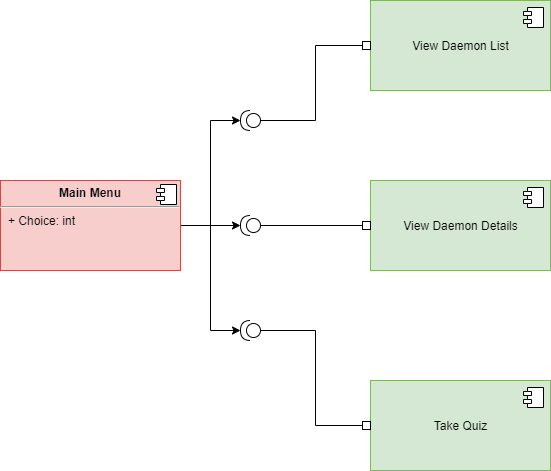
Earlier version of the draw.io export 2_Design/LLD_Activity.png (VinuthnaGangula/MiniProject-LTTS). Source tidied: cells renumbered, new cells last; positions are measured from the earlier drawing's top-left corner, leaving out a move shared by most shapes. Source of this version:
```xml
<mxGraphModel>
  <root>
    <mxCell id="0" />
    <mxCell id="1" parent="0" />
    <mxCell id="2" style="edgeStyle=orthogonalEdgeStyle;rounded=0;jettySize=auto;html=1;exitX=1;exitY=0.5;exitDx=0;exitDy=0;entryX=1;entryY=0.5;entryDx=0;entryDy=0;entryPerimeter=0;strokeColor=none;" parent="1" edge="1" source="6" target="15">
      <mxGeometry relative="1" as="geometry" />
    </mxCell>
    <mxCell id="3" style="edgeStyle=orthogonalEdgeStyle;rounded=0;jettySize=auto;html=1;exitX=1;exitY=0.5;exitDx=0;exitDy=0;entryX=1;entryY=0.5;entryDx=0;entryDy=0;entryPerimeter=0;" parent="1" edge="1" source="6" target="15">
      <mxGeometry relative="1" as="geometry" />
    </mxCell>
    <mxCell id="4" style="edgeStyle=orthogonalEdgeStyle;rounded=0;jettySize=auto;html=1;exitX=1;exitY=0.5;exitDx=0;exitDy=0;entryX=1;entryY=0.5;entryDx=0;entryDy=0;entryPerimeter=0;endArrow=classic;endFill=1;" parent="1" edge="1" source="6" target="17">
      <mxGeometry relative="1" as="geometry" />
    </mxCell>
    <mxCell id="5" style="edgeStyle=orthogonalEdgeStyle;rounded=0;jettySize=auto;html=1;exitX=1;exitY=0.5;exitDx=0;exitDy=0;entryX=1;entryY=0.5;entryDx=0;entryDy=0;entryPerimeter=0;endArrow=classic;endFill=1;" parent="1" edge="1" source="6" target="19">
      <mxGeometry relative="1" as="geometry" />
    </mxCell>
    <mxCell id="6" value="&lt;p style=&quot;margin: 0px ; margin-top: 6px ; text-align: center&quot;&gt;&lt;b&gt;Main Menu&lt;/b&gt;&lt;/p&gt;&lt;hr&gt;&lt;p style=&quot;margin: 0px ; margin-left: 8px&quot;&gt;+ Choice: int&lt;br&gt;&lt;/p&gt;" style="align=left;overflow=fill;html=1;fillColor=#f8cecc;strokeColor=#b85450;" parent="1" vertex="1">
      <mxGeometry y="180" width="180" height="90" as="geometry" />
    </mxCell>
    <mxCell id="7" style="shape=component;jettyWidth=8;jettyHeight=4;" parent="6" vertex="1">
      <mxGeometry x="1" width="20" height="20" relative="1" as="geometry">
        <mxPoint x="-24" y="4" as="offset" />
      </mxGeometry>
    </mxCell>
    <mxCell id="8" value="View Daemon List" style="html=1;fillColor=#d5e8d4;strokeColor=#82b366;" parent="1" vertex="1">
      <mxGeometry x="370" width="180" height="90" as="geometry" />
    </mxCell>
    <mxCell id="9" style="shape=module;jettyWidth=8;jettyHeight=4;" parent="8" vertex="1">
      <mxGeometry x="1" width="20" height="20" relative="1" as="geometry">
        <mxPoint x="-27" y="7" as="offset" />
      </mxGeometry>
    </mxCell>
    <mxCell id="10" value="View Daemon Details" style="html=1;fillColor=#d5e8d4;strokeColor=#82b366;" parent="1" vertex="1">
      <mxGeometry x="370" y="180" width="180" height="90" as="geometry" />
    </mxCell>
    <mxCell id="11" style="shape=module;jettyWidth=8;jettyHeight=4;" parent="10" vertex="1">
      <mxGeometry x="1" width="20" height="20" relative="1" as="geometry">
        <mxPoint x="-27" y="7" as="offset" />
      </mxGeometry>
    </mxCell>
    <mxCell id="12" value="Take Quiz" style="html=1;fillColor=#d5e8d4;strokeColor=#82b366;" parent="1" vertex="1">
      <mxGeometry x="370" y="380" width="180" height="90" as="geometry" />
    </mxCell>
    <mxCell id="13" style="shape=module;jettyWidth=8;jettyHeight=4;" parent="12" vertex="1">
      <mxGeometry x="1" width="20" height="20" relative="1" as="geometry">
        <mxPoint x="-27" y="7" as="offset" />
      </mxGeometry>
    </mxCell>
    <mxCell id="14" style="edgeStyle=orthogonalEdgeStyle;rounded=0;jettySize=auto;html=1;exitX=0;exitY=0.5;exitDx=0;exitDy=0;exitPerimeter=0;entryX=0;entryY=0.5;entryDx=0;entryDy=0;endArrow=box;endFill=0;" parent="1" edge="1" source="15" target="8">
      <mxGeometry relative="1" as="geometry" />
    </mxCell>
    <mxCell id="15" style="shape=providedRequiredInterface;html=1;verticalLabelPosition=bottom;direction=west;" parent="1" vertex="1">
      <mxGeometry x="240" y="110" width="20" height="20" as="geometry" />
    </mxCell>
    <mxCell id="16" style="edgeStyle=orthogonalEdgeStyle;rounded=0;jettySize=auto;html=1;exitX=0;exitY=0.5;exitDx=0;exitDy=0;exitPerimeter=0;entryX=0;entryY=0.5;entryDx=0;entryDy=0;endArrow=box;endFill=0;" parent="1" edge="1" source="17" target="10">
      <mxGeometry relative="1" as="geometry" />
    </mxCell>
    <mxCell id="17" style="shape=providedRequiredInterface;html=1;verticalLabelPosition=bottom;direction=west;" parent="1" vertex="1">
      <mxGeometry x="240" y="215" width="20" height="20" as="geometry" />
    </mxCell>
    <mxCell id="18" style="edgeStyle=orthogonalEdgeStyle;rounded=0;jettySize=auto;html=1;exitX=0;exitY=0.5;exitDx=0;exitDy=0;exitPerimeter=0;entryX=0;entryY=0.5;entryDx=0;entryDy=0;endArrow=box;endFill=0;" parent="1" edge="1" source="19" target="12">
      <mxGeometry relative="1" as="geometry" />
    </mxCell>
    <mxCell id="19" style="shape=providedRequiredInterface;html=1;verticalLabelPosition=bottom;direction=west;" parent="1" vertex="1">
      <mxGeometry x="240" y="320" width="20" height="20" as="geometry" />
    </mxCell>
  </root>
</mxGraphModel>
```
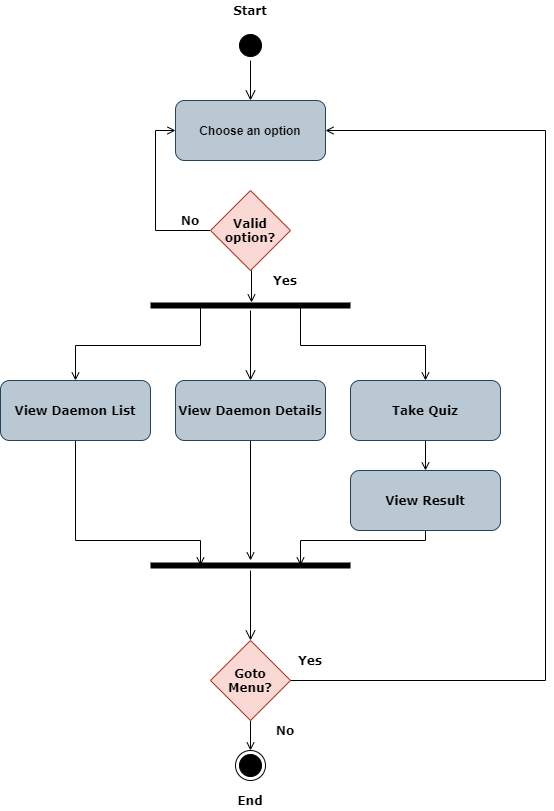
Later version of the same file.

Commit message:
Updated UML diagrams

What changed in the source:
```diff
@@ -2,67 +2,120 @@
   <root>
     <mxCell id="0" />
     <mxCell id="1" parent="0" />
-    <mxCell id="2" style="edgeStyle=orthogonalEdgeStyle;rounded=0;jettySize=auto;html=1;exitX=1;exitY=0.5;exitDx=0;exitDy=0;entryX=1;entryY=0.5;entryDx=0;entryDy=0;entryPerimeter=0;strokeColor=none;" parent="1" edge="1" source="6" target="15">
-      <mxGeometry relative="1" as="geometry" />
-    </mxCell>
-    <mxCell id="3" style="edgeStyle=orthogonalEdgeStyle;rounded=0;jettySize=auto;html=1;exitX=1;exitY=0.5;exitDx=0;exitDy=0;entryX=1;entryY=0.5;entryDx=0;entryDy=0;entryPerimeter=0;" parent="1" edge="1" source="6" target="15">
-      <mxGeometry relative="1" as="geometry" />
-    </mxCell>
-    <mxCell id="4" style="edgeStyle=orthogonalEdgeStyle;rounded=0;jettySize=auto;html=1;exitX=1;exitY=0.5;exitDx=0;exitDy=0;entryX=1;entryY=0.5;entryDx=0;entryDy=0;entryPerimeter=0;endArrow=classic;endFill=1;" parent="1" edge="1" source="6" target="17">
-      <mxGeometry relative="1" as="geometry" />
-    </mxCell>
-    <mxCell id="5" style="edgeStyle=orthogonalEdgeStyle;rounded=0;jettySize=auto;html=1;exitX=1;exitY=0.5;exitDx=0;exitDy=0;entryX=1;entryY=0.5;entryDx=0;entryDy=0;entryPerimeter=0;endArrow=classic;endFill=1;" parent="1" edge="1" source="6" target="19">
-      <mxGeometry relative="1" as="geometry" />
-    </mxCell>
-    <mxCell id="6" value="&lt;p style=&quot;margin: 0px ; margin-top: 6px ; text-align: center&quot;&gt;&lt;b&gt;Main Menu&lt;/b&gt;&lt;/p&gt;&lt;hr&gt;&lt;p style=&quot;margin: 0px ; margin-left: 8px&quot;&gt;+ Choice: int&lt;br&gt;&lt;/p&gt;" style="align=left;overflow=fill;html=1;fillColor=#f8cecc;strokeColor=#b85450;" parent="1" vertex="1">
-      <mxGeometry y="180" width="180" height="90" as="geometry" />
-    </mxCell>
-    <mxCell id="7" style="shape=component;jettyWidth=8;jettyHeight=4;" parent="6" vertex="1">
-      <mxGeometry x="1" width="20" height="20" relative="1" as="geometry">
-        <mxPoint x="-24" y="4" as="offset" />
-      </mxGeometry>
-    </mxCell>
+    <mxCell id="20" style="ellipse;html=1;shape=startState;fillColor=#000000;" parent="1" vertex="1">
+      <mxGeometry x="300" width="30" height="30" as="geometry" />
+    </mxCell>
+    <mxCell id="21" style="edgeStyle=orthogonalEdgeStyle;html=1;verticalAlign=bottom;endArrow=open;endSize=8;" parent="1" edge="1" source="20">
+      <mxGeometry relative="1" as="geometry">
+        <mxPoint x="315" y="70" as="targetPoint" />
+      </mxGeometry>
+    </mxCell>
+    <mxCell id="22" value="&lt;b&gt;Choose an option&lt;/b&gt;" style="rounded=1;whiteSpace=wrap;html=1;strokeColor=#23445d;fillColor=#bac8d3;" parent="1" vertex="1">
+      <mxGeometry x="240" y="70" width="150" height="60" as="geometry" />
+    </mxCell>
+    <mxCell id="23" style="edgeStyle=orthogonalEdgeStyle;rounded=0;jettySize=auto;html=1;exitX=0;exitY=0.5;exitDx=0;exitDy=0;entryX=0;entryY=0.5;entryDx=0;entryDy=0;strokeColor=#000000;endArrow=open;endFill=0;" parent="1" edge="1" source="25" target="22">
+      <mxGeometry relative="1" as="geometry" />
+    </mxCell>
+    <mxCell id="24" style="edgeStyle=orthogonalEdgeStyle;rounded=0;jettySize=auto;html=1;exitX=0.5;exitY=1;exitDx=0;exitDy=0;entryX=0.505;entryY=0.2;entryDx=0;entryDy=0;entryPerimeter=0;strokeColor=#000000;endArrow=open;endFill=0;" parent="1" edge="1" source="25" target="28">
+      <mxGeometry relative="1" as="geometry" />
+    </mxCell>
+    <mxCell id="25" value="&lt;font face=&quot;Verdana&quot;&gt;&lt;b&gt;Valid&lt;br&gt;option?&lt;br&gt;&lt;/b&gt;&lt;/font&gt;" style="rhombus;whiteSpace=wrap;html=1;strokeColor=#ae4132;fillColor=#fad9d5;" parent="1" vertex="1">
+      <mxGeometry x="275" y="160" width="80" height="80" as="geometry" />
+    </mxCell>
+    <mxCell id="26" style="edgeStyle=orthogonalEdgeStyle;rounded=0;jettySize=auto;html=1;exitX=0.25;exitY=0.5;exitDx=0;exitDy=0;exitPerimeter=0;entryX=0.5;entryY=0;entryDx=0;entryDy=0;endArrow=open;endFill=0;strokeColor=#000000;" parent="1" edge="1" source="28" target="8">
+      <mxGeometry relative="1" as="geometry" />
+    </mxCell>
+    <mxCell id="27" style="edgeStyle=orthogonalEdgeStyle;rounded=0;jettySize=auto;html=1;exitX=0.75;exitY=0.5;exitDx=0;exitDy=0;exitPerimeter=0;entryX=0.5;entryY=0;entryDx=0;entryDy=0;endArrow=open;endFill=0;strokeColor=#000000;" parent="1" edge="1" source="28" target="12">
+      <mxGeometry relative="1" as="geometry" />
+    </mxCell>
+    <mxCell id="28" style="shape=line;html=1;strokeWidth=6;" parent="1" vertex="1">
+      <mxGeometry x="215" y="270" width="200" height="10" as="geometry" />
+    </mxCell>
+    <mxCell id="29" style="edgeStyle=orthogonalEdgeStyle;html=1;verticalAlign=bottom;endArrow=open;endSize=8;" parent="1" edge="1" source="28">
+      <mxGeometry relative="1" as="geometry">
+        <mxPoint x="315" y="350" as="targetPoint" />
+      </mxGeometry>
+    </mxCell>
+    <mxCell id="30" style="edgeStyle=orthogonalEdgeStyle;rounded=0;jettySize=auto;html=1;exitX=0.5;exitY=1;exitDx=0;exitDy=0;entryX=0.25;entryY=0.5;entryDx=0;entryDy=0;entryPerimeter=0;endArrow=open;endFill=0;strokeColor=#000000;" parent="1" edge="1" source="8" target="33">
+      <mxGeometry relative="1" as="geometry">
+        <Array as="points">
+          <mxPoint x="140" y="510" />
+          <mxPoint x="265" y="510" />
+        </Array>
+      </mxGeometry>
+    </mxCell>
-    <mxCell id="8" value="View Daemon List" style="html=1;fillColor=#d5e8d4;strokeColor=#82b366;" parent="1" vertex="1">
-      <mxGeometry x="370" width="180" height="90" as="geometry" />
+    <mxCell id="8" value="&lt;font face=&quot;Verdana&quot;&gt;&lt;b&gt;View Daemon List&lt;/b&gt;&lt;/font&gt;" style="rounded=1;whiteSpace=wrap;html=1;strokeColor=#23445d;fillColor=#bac8d3;" parent="1" vertex="1">
+      <mxGeometry x="65" y="350" width="150" height="60" as="geometry" />
     </mxCell>
-    <mxCell id="9" style="shape=module;jettyWidth=8;jettyHeight=4;" parent="8" vertex="1">
-      <mxGeometry x="1" width="20" height="20" relative="1" as="geometry">
-        <mxPoint x="-27" y="7" as="offset" />
-      </mxGeometry>
-    </mxCell>
+    <mxCell id="31" style="edgeStyle=orthogonalEdgeStyle;rounded=0;jettySize=auto;html=1;exitX=0.5;exitY=1;exitDx=0;exitDy=0;endArrow=open;endFill=0;strokeColor=#000000;" parent="1" edge="1" source="10">
+      <mxGeometry relative="1" as="geometry">
+        <mxPoint x="315" y="530" as="targetPoint" />
+      </mxGeometry>
+    </mxCell>
-    <mxCell id="10" value="View Daemon Details" style="html=1;fillColor=#d5e8d4;strokeColor=#82b366;" parent="1" vertex="1">
-      <mxGeometry x="370" y="180" width="180" height="90" as="geometry" />
+    <mxCell id="10" value="&lt;b&gt;&lt;font face=&quot;Verdana&quot;&gt;View Daemon Details&lt;/font&gt;&lt;/b&gt;" style="rounded=1;whiteSpace=wrap;html=1;strokeColor=#23445d;fillColor=#bac8d3;" parent="1" vertex="1">
+      <mxGeometry x="240" y="350" width="150" height="60" as="geometry" />
     </mxCell>
-    <mxCell id="11" style="shape=module;jettyWidth=8;jettyHeight=4;" parent="10" vertex="1">
-      <mxGeometry x="1" width="20" height="20" relative="1" as="geometry">
-        <mxPoint x="-27" y="7" as="offset" />
-      </mxGeometry>
-    </mxCell>
+    <mxCell id="32" style="edgeStyle=orthogonalEdgeStyle;rounded=0;jettySize=auto;html=1;exitX=0.5;exitY=1;exitDx=0;exitDy=0;entryX=0.5;entryY=0;entryDx=0;entryDy=0;endArrow=open;endFill=0;strokeColor=#000000;" parent="1" edge="1" source="12" target="36">
+      <mxGeometry relative="1" as="geometry" />
+    </mxCell>
-    <mxCell id="12" value="Take Quiz" style="html=1;fillColor=#d5e8d4;strokeColor=#82b366;" parent="1" vertex="1">
-      <mxGeometry x="370" y="380" width="180" height="90" as="geometry" />
+    <mxCell id="12" value="&lt;b&gt;&lt;font face=&quot;Verdana&quot;&gt;Take Quiz&lt;/font&gt;&lt;/b&gt;" style="rounded=1;whiteSpace=wrap;html=1;strokeColor=#23445d;fillColor=#bac8d3;" parent="1" vertex="1">
+      <mxGeometry x="415" y="350" width="150" height="60" as="geometry" />
     </mxCell>
-    <mxCell id="13" style="shape=module;jettyWidth=8;jettyHeight=4;" parent="12" vertex="1">
-      <mxGeometry x="1" width="20" height="20" relative="1" as="geometry">
-        <mxPoint x="-27" y="7" as="offset" />
-      </mxGeometry>
-    </mxCell>
-    <mxCell id="14" style="edgeStyle=orthogonalEdgeStyle;rounded=0;jettySize=auto;html=1;exitX=0;exitY=0.5;exitDx=0;exitDy=0;exitPerimeter=0;entryX=0;entryY=0.5;entryDx=0;entryDy=0;endArrow=box;endFill=0;" parent="1" edge="1" source="15" target="8">
-      <mxGeometry relative="1" as="geometry" />
-    </mxCell>
-    <mxCell id="15" style="shape=providedRequiredInterface;html=1;verticalLabelPosition=bottom;direction=west;" parent="1" vertex="1">
-      <mxGeometry x="240" y="110" width="20" height="20" as="geometry" />
-    </mxCell>
-    <mxCell id="16" style="edgeStyle=orthogonalEdgeStyle;rounded=0;jettySize=auto;html=1;exitX=0;exitY=0.5;exitDx=0;exitDy=0;exitPerimeter=0;entryX=0;entryY=0.5;entryDx=0;entryDy=0;endArrow=box;endFill=0;" parent="1" edge="1" source="17" target="10">
-      <mxGeometry relative="1" as="geometry" />
-    </mxCell>
-    <mxCell id="17" style="shape=providedRequiredInterface;html=1;verticalLabelPosition=bottom;direction=west;" parent="1" vertex="1">
-      <mxGeometry x="240" y="215" width="20" height="20" as="geometry" />
-    </mxCell>
-    <mxCell id="18" style="edgeStyle=orthogonalEdgeStyle;rounded=0;jettySize=auto;html=1;exitX=0;exitY=0.5;exitDx=0;exitDy=0;exitPerimeter=0;entryX=0;entryY=0.5;entryDx=0;entryDy=0;endArrow=box;endFill=0;" parent="1" edge="1" source="19" target="12">
-      <mxGeometry relative="1" as="geometry" />
-    </mxCell>
-    <mxCell id="19" style="shape=providedRequiredInterface;html=1;verticalLabelPosition=bottom;direction=west;" parent="1" vertex="1">
-      <mxGeometry x="240" y="320" width="20" height="20" as="geometry" />
-    </mxCell>
+    <mxCell id="33" style="shape=line;html=1;strokeWidth=6;" parent="1" vertex="1">
+      <mxGeometry x="215" y="530" width="200" height="10" as="geometry" />
+    </mxCell>
+    <mxCell id="34" style="edgeStyle=orthogonalEdgeStyle;html=1;verticalAlign=bottom;endArrow=open;endSize=8;" parent="1" edge="1" source="33">
+      <mxGeometry relative="1" as="geometry">
+        <mxPoint x="315" y="610" as="targetPoint" />
+      </mxGeometry>
+    </mxCell>
+    <mxCell id="35" style="edgeStyle=orthogonalEdgeStyle;rounded=0;jettySize=auto;html=1;exitX=0.5;exitY=1;exitDx=0;exitDy=0;entryX=0.75;entryY=0.5;entryDx=0;entryDy=0;entryPerimeter=0;endArrow=open;endFill=0;strokeColor=#000000;" parent="1" edge="1" source="36" target="33">
+      <mxGeometry relative="1" as="geometry">
+        <Array as="points">
+          <mxPoint x="490" y="510" />
+          <mxPoint x="365" y="510" />
+        </Array>
+      </mxGeometry>
+    </mxCell>
+    <mxCell id="36" value="&lt;font face=&quot;Verdana&quot;&gt;&lt;b&gt;View Result&lt;/b&gt;&lt;/font&gt;" style="rounded=1;whiteSpace=wrap;html=1;strokeColor=#23445d;fillColor=#bac8d3;" parent="1" vertex="1">
+      <mxGeometry x="415" y="440" width="150" height="60" as="geometry" />
+    </mxCell>
+    <mxCell id="37" style="edgeStyle=orthogonalEdgeStyle;rounded=0;jettySize=auto;html=1;exitX=0.5;exitY=1;exitDx=0;exitDy=0;endArrow=open;endFill=0;strokeColor=#000000;" parent="1" edge="1" source="39">
+      <mxGeometry relative="1" as="geometry">
+        <mxPoint x="315" y="720" as="targetPoint" />
+      </mxGeometry>
+    </mxCell>
+    <mxCell id="38" style="edgeStyle=orthogonalEdgeStyle;rounded=0;jettySize=auto;html=1;exitX=0;exitY=0.5;exitDx=0;exitDy=0;entryX=1;entryY=0.5;entryDx=0;entryDy=0;endArrow=open;endFill=0;strokeColor=#000000;" parent="1" edge="1" source="39" target="22">
+      <mxGeometry relative="1" as="geometry">
+        <Array as="points">
+          <mxPoint x="610" y="650" />
+          <mxPoint x="610" y="100" />
+        </Array>
+      </mxGeometry>
+    </mxCell>
+    <mxCell id="39" value="&lt;font face=&quot;Verdana&quot;&gt;&lt;b&gt;Goto&lt;br&gt;Menu?&lt;br&gt;&lt;/b&gt;&lt;/font&gt;" style="rhombus;whiteSpace=wrap;html=1;strokeColor=#ae4132;fillColor=#fad9d5;" parent="1" vertex="1">
+      <mxGeometry x="275" y="610" width="80" height="80" as="geometry" />
+    </mxCell>
+    <mxCell id="40" value="&lt;font face=&quot;Verdana&quot;&gt;&lt;b&gt;Yes&lt;/b&gt;&lt;/font&gt;" style="text;html=1;strokeColor=none;fillColor=none;align=center;verticalAlign=middle;whiteSpace=wrap;rounded=0;" parent="1" vertex="1">
+      <mxGeometry x="330" y="240" width="40" height="20" as="geometry" />
+    </mxCell>
+    <mxCell id="41" value="&lt;font face=&quot;Verdana&quot;&gt;&lt;b&gt;Yes&lt;/b&gt;&lt;/font&gt;" style="text;html=1;strokeColor=none;fillColor=none;align=center;verticalAlign=middle;whiteSpace=wrap;rounded=0;" parent="1" vertex="1">
+      <mxGeometry x="355" y="620" width="40" height="20" as="geometry" />
+    </mxCell>
+    <mxCell id="42" value="&lt;font face=&quot;Verdana&quot;&gt;&lt;b&gt;No&lt;/b&gt;&lt;/font&gt;" style="text;html=1;strokeColor=none;fillColor=none;align=center;verticalAlign=middle;whiteSpace=wrap;rounded=0;" parent="1" vertex="1">
+      <mxGeometry x="330" y="690" width="40" height="20" as="geometry" />
+    </mxCell>
+    <mxCell id="43" value="&lt;font face=&quot;Verdana&quot;&gt;&lt;b&gt;No&lt;/b&gt;&lt;/font&gt;" style="text;html=1;strokeColor=none;fillColor=none;align=center;verticalAlign=middle;whiteSpace=wrap;rounded=0;" parent="1" vertex="1">
+      <mxGeometry x="235" y="180" width="40" height="20" as="geometry" />
+    </mxCell>
+    <mxCell id="44" style="ellipse;html=1;shape=endState;fillColor=#000000;" parent="1" vertex="1">
+      <mxGeometry x="300" y="720" width="30" height="30" as="geometry" />
+    </mxCell>
+    <mxCell id="45" value="&lt;font face=&quot;Verdana&quot;&gt;&lt;b&gt;Start&lt;/b&gt;&lt;/font&gt;" style="text;html=1;strokeColor=none;fillColor=none;align=center;verticalAlign=middle;whiteSpace=wrap;rounded=0;" parent="1" vertex="1">
+      <mxGeometry x="295" y="-30" width="40" height="20" as="geometry" />
+    </mxCell>
+    <mxCell id="46" value="&lt;font face=&quot;Verdana&quot;&gt;&lt;b&gt;End&lt;/b&gt;&lt;/font&gt;" style="text;html=1;strokeColor=none;fillColor=none;align=center;verticalAlign=middle;whiteSpace=wrap;rounded=0;" parent="1" vertex="1">
+      <mxGeometry x="295" y="760" width="40" height="20" as="geometry" />
+    </mxCell>
   </root>
 </mxGraphModel>
```
